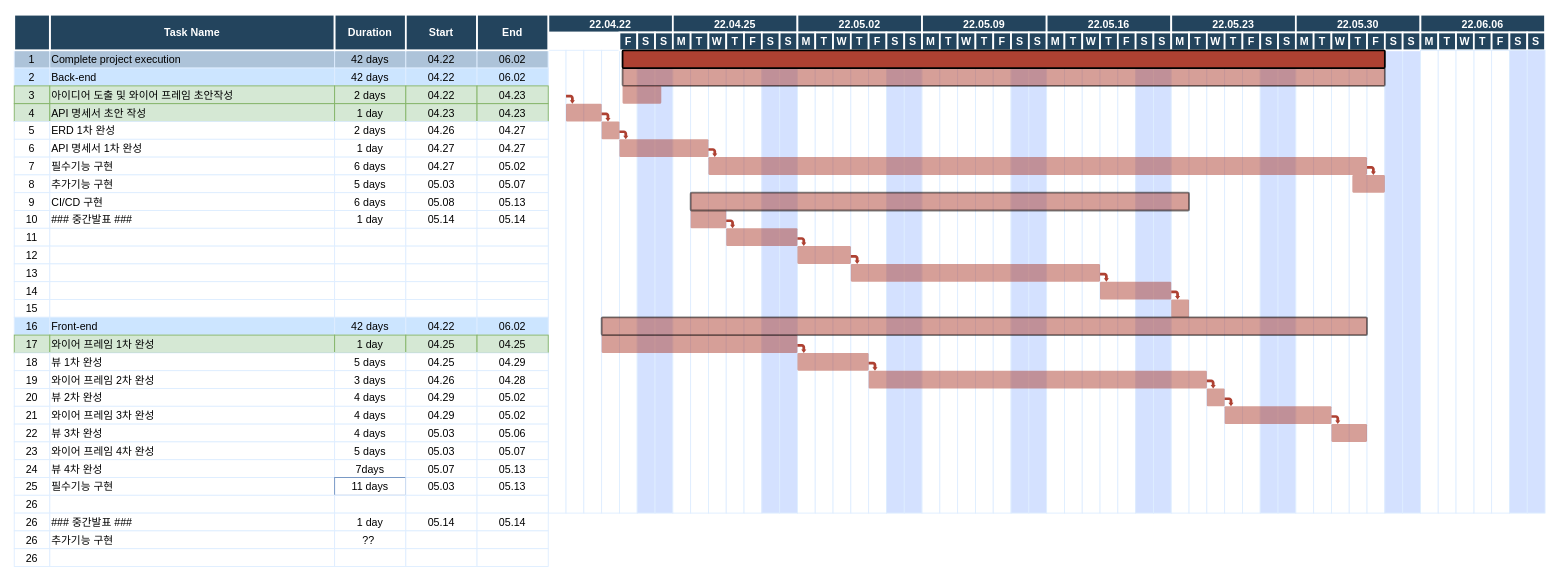
Before: plan.drawio in qwe1234k/finalProjectERD, a draw.io diagram. Source tidied: cells renumbered, new cells numbered last; positions are measured from the earlier drawing's top-left corner, leaving out a move shared by most shapes. Both pictures are drawn from the tidied source at 89%, with x=0, y=0 at pixel (13, 14).
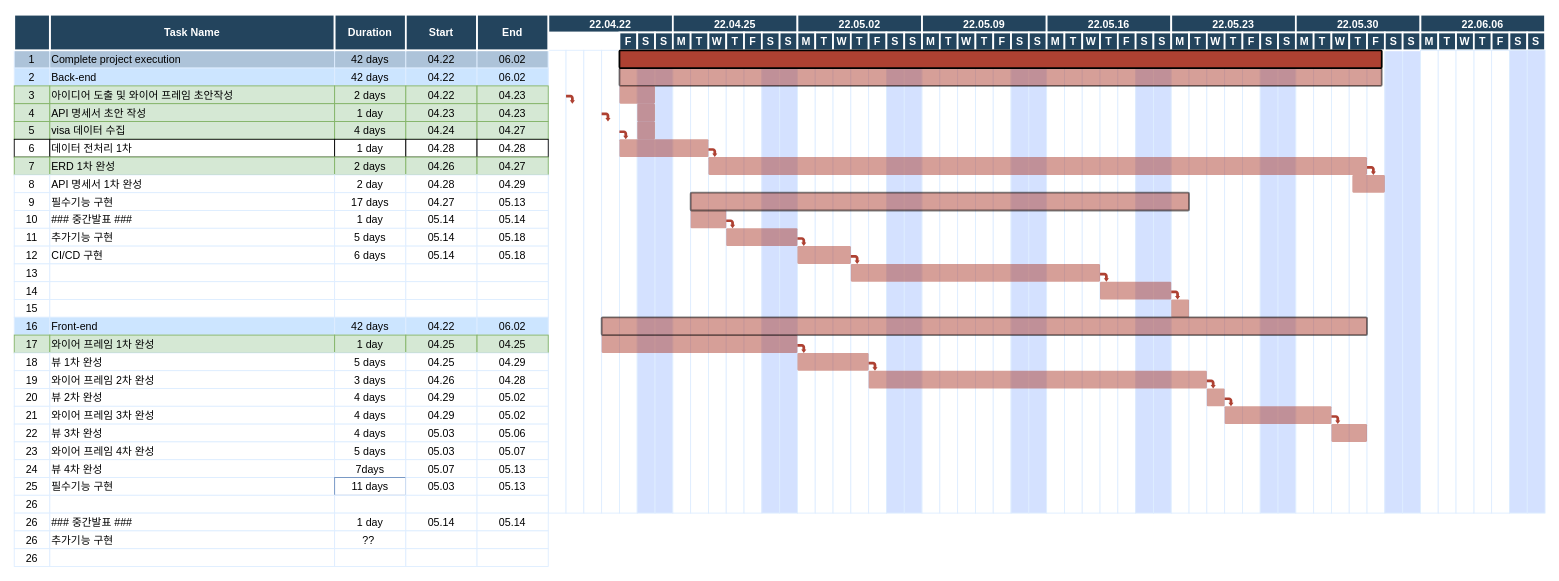
After the change.

Change to the diagram source:
```diff
@@
-    <mxCell id="23" value="5" style="strokeColor=#DEEDFF;" parent="1" vertex="1">
+    <mxCell id="23" value="5" style="strokeColor=#82b366;fillColor=#d5e8d4;" parent="1" vertex="1">
       <mxGeometry x="0.5" y="120" width="40" height="20" as="geometry" />
     </mxCell>
-    <mxCell id="24" value="ERD 1차 완성" style="align=left;strokeColor=#DEEDFF;" parent="1" vertex="1">
+    <mxCell id="24" value="visa 데이터 수집" style="align=left;strokeColor=#82b366;fillColor=#d5e8d4;" parent="1" vertex="1">
       <mxGeometry x="40.5" y="120" width="320" height="20" as="geometry" />
     </mxCell>
-    <mxCell id="25" value="2 days" style="strokeColor=#DEEDFF;" parent="1" vertex="1">
+    <mxCell id="25" value="4 days" style="strokeColor=#82b366;fillColor=#d5e8d4;" parent="1" vertex="1">
       <mxGeometry x="360.5" y="120" width="80" height="20" as="geometry" />
     </mxCell>
-    <mxCell id="26" value="04.26" style="strokeColor=#DEEDFF;" parent="1" vertex="1">
+    <mxCell id="26" value="04.24" style="strokeColor=#82b366;fillColor=#d5e8d4;" parent="1" vertex="1">
       <mxGeometry x="440.5" y="120" width="80" height="20" as="geometry" />
     </mxCell>
-    <mxCell id="27" value="04.27" style="strokeColor=#DEEDFF;" parent="1" vertex="1">
+    <mxCell id="27" value="04.27" style="strokeColor=#82b366;fillColor=#d5e8d4;" parent="1" vertex="1">
       <mxGeometry x="520.5" y="120" width="80" height="20" as="geometry" />
     </mxCell>
-    <mxCell id="28" value="6" style="strokeColor=#DEEDFF;" parent="1" vertex="1">
+    <mxCell id="28" value="6" parent="1" vertex="1">
       <mxGeometry x="0.5" y="140" width="40" height="20" as="geometry" />
     </mxCell>
-    <mxCell id="29" value="API 명세서 1차 완성" style="align=left;strokeColor=#DEEDFF;" parent="1" vertex="1">
+    <mxCell id="29" value="데이터 전처리 1차" style="align=left;" parent="1" vertex="1">
       <mxGeometry x="40.5" y="140" width="320" height="20" as="geometry" />
     </mxCell>
-    <mxCell id="30" value="1 day" style="strokeColor=#DEEDFF;" parent="1" vertex="1">
+    <mxCell id="30" value="1 day" parent="1" vertex="1">
       <mxGeometry x="360.5" y="140" width="80" height="20" as="geometry" />
     </mxCell>
-    <mxCell id="31" value="04.27" style="strokeColor=#DEEDFF;" parent="1" vertex="1">
+    <mxCell id="31" value="04.28" parent="1" vertex="1">
       <mxGeometry x="440.5" y="140" width="80" height="20" as="geometry" />
     </mxCell>
-    <mxCell id="32" value="04.27" style="strokeColor=#DEEDFF;" parent="1" vertex="1">
+    <mxCell id="32" value="04.28" parent="1" vertex="1">
       <mxGeometry x="520.5" y="140" width="80" height="20" as="geometry" />
     </mxCell>
-    <mxCell id="33" value="7" style="strokeColor=#DEEDFF;" parent="1" vertex="1">
+    <mxCell id="33" value="7" style="strokeColor=#82b366;fillColor=#d5e8d4;" parent="1" vertex="1">
       <mxGeometry x="0.5" y="160" width="40" height="20" as="geometry" />
     </mxCell>
-    <mxCell id="34" value="필수기능 구현" style="align=left;strokeColor=#DEEDFF;" parent="1" vertex="1">
+    <mxCell id="34" value="ERD 1차 완성" style="align=left;strokeColor=#82b366;fillColor=#d5e8d4;" parent="1" vertex="1">
       <mxGeometry x="40.5" y="160" width="320" height="20" as="geometry" />
     </mxCell>
-    <mxCell id="35" value="6 days" style="strokeColor=#DEEDFF;" parent="1" vertex="1">
+    <mxCell id="35" value="2 days" style="strokeColor=#82b366;fillColor=#d5e8d4;" parent="1" vertex="1">
       <mxGeometry x="360.5" y="160" width="80" height="20" as="geometry" />
     </mxCell>
-    <mxCell id="36" value="04.27" style="strokeColor=#DEEDFF;" parent="1" vertex="1">
+    <mxCell id="36" value="04.26" style="strokeColor=#82b366;fillColor=#d5e8d4;" parent="1" vertex="1">
       <mxGeometry x="440.5" y="160" width="80" height="20" as="geometry" />
     </mxCell>
-    <mxCell id="37" value="05.02" style="strokeColor=#DEEDFF;" parent="1" vertex="1">
+    <mxCell id="37" value="04.27" style="strokeColor=#82b366;fillColor=#d5e8d4;" parent="1" vertex="1">
       <mxGeometry x="520.5" y="160" width="80" height="20" as="geometry" />
     </mxCell>
@@
-    <mxCell id="39" value="추가기능 구현" style="align=left;strokeColor=#DEEDFF;" parent="1" vertex="1">
+    <mxCell id="39" value="API 명세서 1차 완성" style="align=left;strokeColor=#DEEDFF;" parent="1" vertex="1">
       <mxGeometry x="40.5" y="180" width="320" height="20" as="geometry" />
     </mxCell>
-    <mxCell id="40" value="5 days" style="strokeColor=#DEEDFF;" parent="1" vertex="1">
+    <mxCell id="40" value="2 day" style="strokeColor=#DEEDFF;" parent="1" vertex="1">
       <mxGeometry x="360.5" y="180" width="80" height="20" as="geometry" />
     </mxCell>
-    <mxCell id="41" value="05.03" style="strokeColor=#DEEDFF;" parent="1" vertex="1">
+    <mxCell id="41" value="04.28" style="strokeColor=#DEEDFF;" parent="1" vertex="1">
       <mxGeometry x="440.5" y="180" width="80" height="20" as="geometry" />
     </mxCell>
-    <mxCell id="42" value="05.07" style="strokeColor=#DEEDFF;" parent="1" vertex="1">
+    <mxCell id="42" value="04.29" style="strokeColor=#DEEDFF;" parent="1" vertex="1">
       <mxGeometry x="520.5" y="180" width="80" height="20" as="geometry" />
     </mxCell>
@@
-    <mxCell id="44" value="CI/CD 구현" style="align=left;strokeColor=#DEEDFF;fillColor=#FFFFFF;" parent="1" vertex="1">
+    <mxCell id="44" value="필수기능 구현" style="align=left;strokeColor=#DEEDFF;fillColor=#FFFFFF;" parent="1" vertex="1">
       <mxGeometry x="40.5" y="200" width="320" height="20" as="geometry" />
     </mxCell>
-    <mxCell id="45" value="6 days" style="strokeColor=#DEEDFF;fillColor=#FFFFFF;" parent="1" vertex="1">
+    <mxCell id="45" value="17 days" style="strokeColor=#DEEDFF;fillColor=#FFFFFF;" parent="1" vertex="1">
       <mxGeometry x="360.5" y="200" width="80" height="20" as="geometry" />
     </mxCell>
-    <mxCell id="46" value="05.08" style="strokeColor=#DEEDFF;fillColor=#FFFFFF;" parent="1" vertex="1">
+    <mxCell id="46" value="04.27" style="strokeColor=#DEEDFF;fillColor=#FFFFFF;" parent="1" vertex="1">
       <mxGeometry x="440.5" y="200" width="80" height="20" as="geometry" />
     </mxCell>
@@
-    <mxCell id="54" style="align=left;strokeColor=#DEEDFF;" parent="1" vertex="1">
+    <mxCell id="54" value="추가기능 구현" style="align=left;strokeColor=#DEEDFF;" parent="1" vertex="1">
       <mxGeometry x="40.5" y="240" width="320" height="20" as="geometry" />
     </mxCell>
-    <mxCell id="55" style="strokeColor=#DEEDFF;" parent="1" vertex="1">
+    <mxCell id="55" value="5 days" style="strokeColor=#DEEDFF;" parent="1" vertex="1">
       <mxGeometry x="360.5" y="240" width="80" height="20" as="geometry" />
     </mxCell>
-    <mxCell id="56" style="strokeColor=#DEEDFF;" parent="1" vertex="1">
+    <mxCell id="56" value="05.14" style="strokeColor=#DEEDFF;" parent="1" vertex="1">
       <mxGeometry x="440.5" y="240" width="80" height="20" as="geometry" />
     </mxCell>
-    <mxCell id="57" style="strokeColor=#DEEDFF;" parent="1" vertex="1">
+    <mxCell id="57" value="05.18" style="strokeColor=#DEEDFF;" parent="1" vertex="1">
       <mxGeometry x="520.5" y="240" width="80" height="20" as="geometry" />
     </mxCell>
@@
-    <mxCell id="59" style="align=left;strokeColor=#DEEDFF;" parent="1" vertex="1">
+    <mxCell id="59" value="CI/CD 구현" style="align=left;strokeColor=#DEEDFF;" parent="1" vertex="1">
       <mxGeometry x="40.5" y="260" width="320" height="20" as="geometry" />
     </mxCell>
-    <mxCell id="60" style="strokeColor=#DEEDFF;" parent="1" vertex="1">
+    <mxCell id="60" value="6 days" style="strokeColor=#DEEDFF;" parent="1" vertex="1">
       <mxGeometry x="360.5" y="260" width="80" height="20" as="geometry" />
     </mxCell>
-    <mxCell id="61" style="strokeColor=#DEEDFF;" parent="1" vertex="1">
+    <mxCell id="61" value="05.14" style="strokeColor=#DEEDFF;" parent="1" vertex="1">
       <mxGeometry x="440.5" y="260" width="80" height="20" as="geometry" />
     </mxCell>
-    <mxCell id="62" style="strokeColor=#DEEDFF;" parent="1" vertex="1">
+    <mxCell id="62" value="05.18" style="strokeColor=#DEEDFF;" parent="1" vertex="1">
       <mxGeometry x="520.5" y="260" width="80" height="20" as="geometry" />
     </mxCell>
@@
     <mxCell id="238" style="shape=mxgraph.flowchart.process;fillColor=#AE4132;strokeColor=#000000;strokeWidth=2;opacity=50;" parent="1" vertex="1">
-      <mxGeometry x="684" y="60" width="856.5" height="20" as="geometry" />
+      <mxGeometry x="680.5" y="60" width="856.5" height="20" as="geometry" />
     </mxCell>
@@
     <mxCell id="240" style="shape=mxgraph.flowchart.process;fillColor=#AE4132;strokeColor=none;strokeWidth=2;opacity=50;" parent="1" vertex="1">
-      <mxGeometry x="684" y="80" width="43.5" height="20" as="geometry" />
+      <mxGeometry x="680.5" y="80" width="40" height="20" as="geometry" />
     </mxCell>
     <mxCell id="241" style="shape=mxgraph.flowchart.process;fillColor=#AE4132;strokeColor=none;strokeWidth=2;opacity=50;" parent="1" vertex="1">
-      <mxGeometry x="620.5" y="100" width="40" height="20" as="geometry" />
+      <mxGeometry x="700.5" y="100" width="20" height="20" as="geometry" />
     </mxCell>
     <mxCell id="242" style="shape=mxgraph.flowchart.process;fillColor=#AE4132;strokeColor=none;strokeWidth=2;opacity=50;" parent="1" vertex="1">
-      <mxGeometry x="660.5" y="120" width="20" height="20" as="geometry" />
+      <mxGeometry x="700.5" y="120" width="20" height="20" as="geometry" />
     </mxCell>
@@
     <mxCell id="250" style="shape=mxgraph.flowchart.process;fillColor=#AE4132;strokeColor=#000000;strokeWidth=2;opacity=100;" parent="1" vertex="1">
-      <mxGeometry x="684" y="40" width="856.5" height="20" as="geometry" />
+      <mxGeometry x="680.5" y="40" width="856.5" height="20" as="geometry" />
     </mxCell>
```
